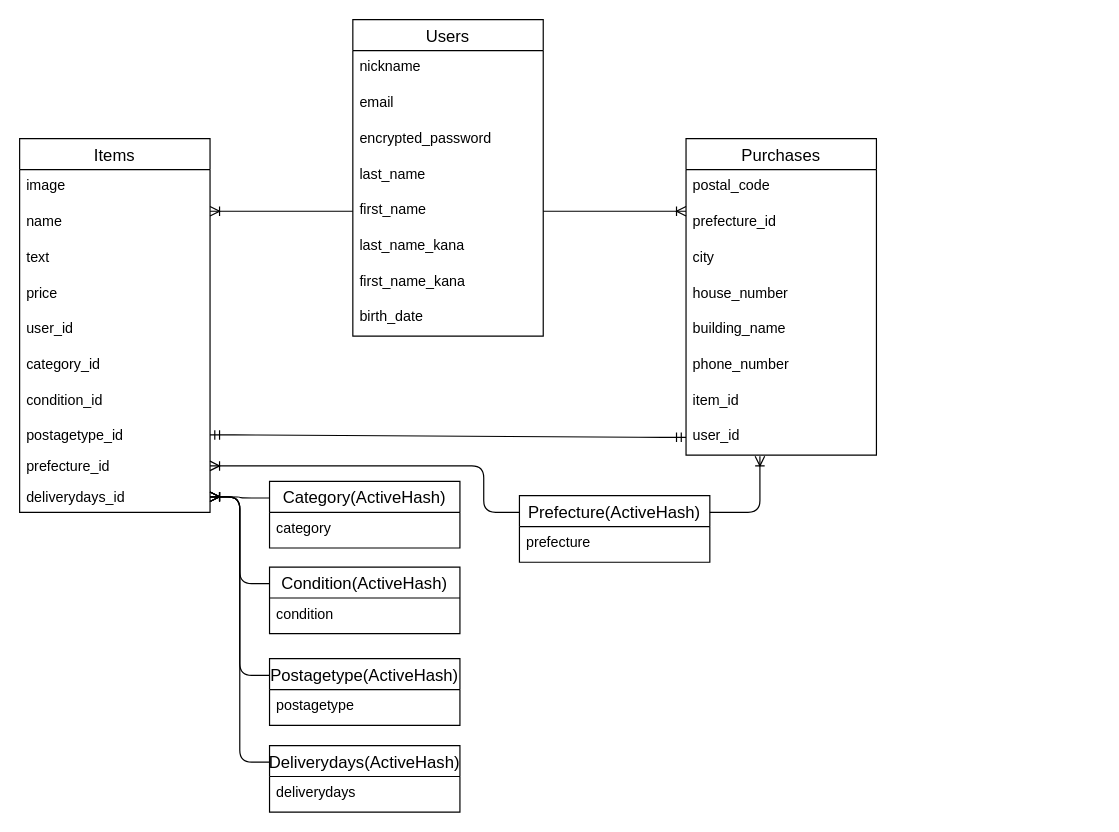
The draw.io diagram page "DB(ER)" (1 of 2) of text.dio in jujuko75/furima-30931, before the edit. Source tidied: cells renumbered, new cells numbered last; positions are measured from the earlier drawing's top-left corner, leaving out a move shared by most shapes. Both pictures are drawn from the tidied source at 119%, with x=0, y=0 at pixel (19, 19).
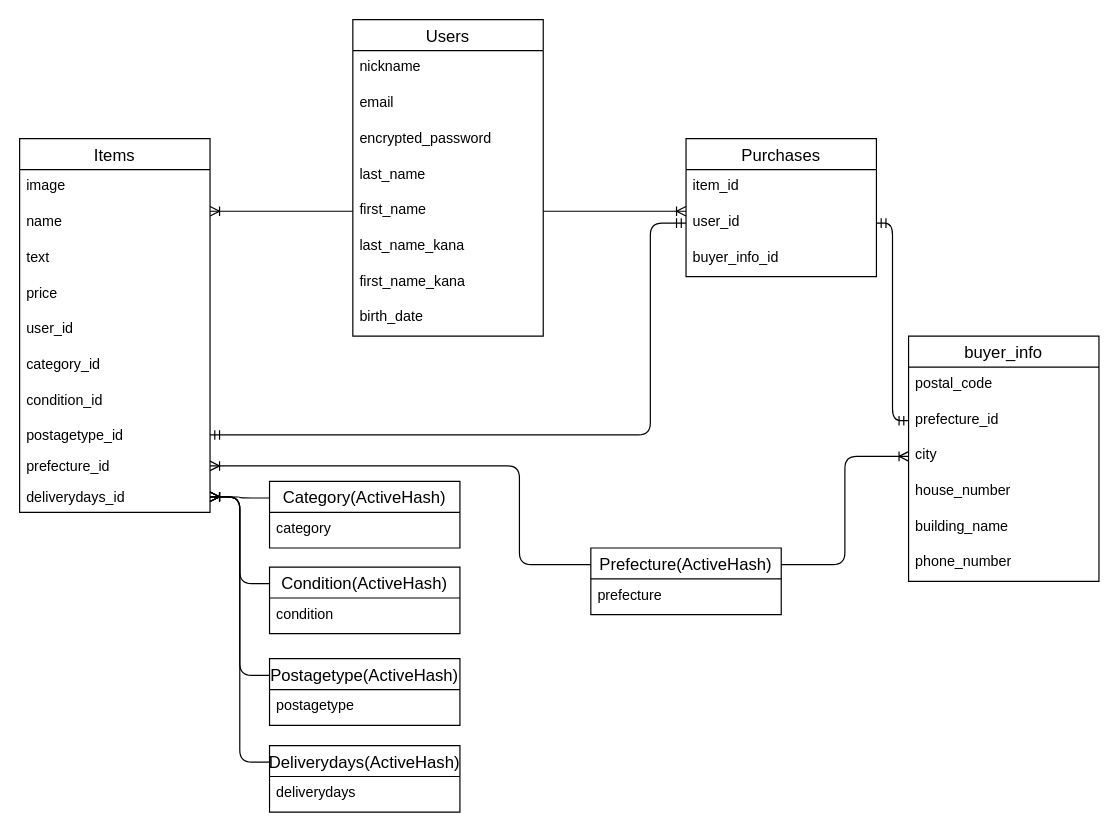
The same diagram, later.

The change refers to these unchanged cells:
```xml
<mxCell id="19" value="postagetype_id" style="text;strokeColor=none;fillColor=none;align=left;verticalAlign=top;spacingLeft=4;spacingRight=4;overflow=hidden;points=[[0,0.5],[1,0.5]];portConstraint=eastwest;" parent="11" vertex="1">
  <mxGeometry y="236" width="160" height="26" as="geometry" />
</mxCell>
<mxCell id="20" value="prefecture_id" style="text;strokeColor=none;fillColor=none;align=left;verticalAlign=top;spacingLeft=4;spacingRight=4;overflow=hidden;points=[[0,0.5],[1,0.5]];portConstraint=eastwest;" parent="11" vertex="1">
  <mxGeometry y="262" width="160" height="26" as="geometry" />
</mxCell>
```

Diff of the diagram source:
```diff
@@
     <mxCell id="22" value="Purchases" style="swimlane;fontStyle=0;horizontal=1;startSize=26;align=center;fontSize=14;" parent="1" vertex="1">
-      <mxGeometry x="560" y="100" width="160" height="266" as="geometry" />
+      <mxGeometry x="560" y="100" width="160" height="116" as="geometry" />
     </mxCell>
-    <mxCell id="23" value="postal_code" style="text;strokeColor=none;fillColor=none;spacingLeft=4;spacingRight=4;overflow=hidden;fontSize=12;" parent="22" vertex="1">
-      <mxGeometry y="26" width="160" height="30" as="geometry" />
-    </mxCell>
-    <mxCell id="24" value="prefecture_id" style="text;strokeColor=none;fillColor=none;spacingLeft=4;spacingRight=4;overflow=hidden;points=[[0,0.5],[1,0.5]];portConstraint=eastwest;fontSize=12;" parent="22" vertex="1">
-      <mxGeometry y="56" width="160" height="30" as="geometry" />
-    </mxCell>
-    <mxCell id="25" value="city" style="text;strokeColor=none;fillColor=none;spacingLeft=4;spacingRight=4;overflow=hidden;points=[[0,0.5],[1,0.5]];portConstraint=eastwest;fontSize=12;" parent="22" vertex="1">
-      <mxGeometry y="86" width="160" height="30" as="geometry" />
-    </mxCell>
-    <mxCell id="26" value="house_number" style="text;strokeColor=none;fillColor=none;spacingLeft=4;spacingRight=4;overflow=hidden;fontSize=12;" parent="22" vertex="1">
-      <mxGeometry y="116" width="160" height="30" as="geometry" />
-    </mxCell>
-    <mxCell id="27" value="building_name" style="text;strokeColor=none;fillColor=none;spacingLeft=4;spacingRight=4;overflow=hidden;fontSize=12;" parent="22" vertex="1">
-      <mxGeometry y="146" width="160" height="30" as="geometry" />
-    </mxCell>
-    <mxCell id="28" value="phone_number" style="text;strokeColor=none;fillColor=none;spacingLeft=4;spacingRight=4;overflow=hidden;fontSize=12;" parent="22" vertex="1">
-      <mxGeometry y="176" width="160" height="30" as="geometry" />
-    </mxCell>
     <mxCell id="29" value="item_id" style="text;strokeColor=none;fillColor=none;spacingLeft=4;spacingRight=4;overflow=hidden;fontSize=12;" parent="22" vertex="1">
-      <mxGeometry y="206" width="160" height="30" as="geometry" />
+      <mxGeometry y="26" width="160" height="30" as="geometry" />
     </mxCell>
     <mxCell id="30" value="user_id" style="text;strokeColor=none;fillColor=none;spacingLeft=4;spacingRight=4;overflow=hidden;points=[[0,0.5],[1,0.5]];portConstraint=eastwest;fontSize=12;" parent="22" vertex="1">
-      <mxGeometry y="236" width="160" height="30" as="geometry" />
+      <mxGeometry y="56" width="160" height="30" as="geometry" />
     </mxCell>
+    <mxCell id="50" value="buyer_info_id" style="text;strokeColor=none;fillColor=none;spacingLeft=4;spacingRight=4;overflow=hidden;fontSize=12;" parent="22" vertex="1">
+      <mxGeometry y="86" width="160" height="30" as="geometry" />
+    </mxCell>
@@
     <mxCell id="39" value="Prefecture(ActiveHash)" style="swimlane;fontStyle=0;horizontal=1;startSize=26;align=center;fontSize=14;" parent="1" vertex="1">
-      <mxGeometry x="420" y="400" width="160" height="56" as="geometry" />
+      <mxGeometry x="480" y="444" width="160" height="56" as="geometry" />
     </mxCell>
@@
-    <mxCell id="42" style="edgeStyle=entityRelationEdgeStyle;fontSize=12;html=1;endArrow=ERmandOne;startArrow=ERmandOne;exitX=1;exitY=0.5;exitDx=0;exitDy=0;entryX=0;entryY=0.5;entryDx=0;entryDy=0;" parent="1" edge="1" source="19" target="30">
-      <mxGeometry relative="1" as="geometry" />
+    <mxCell id="42" style="edgeStyle=orthogonalEdgeStyle;fontSize=12;html=1;endArrow=ERmandOne;startArrow=ERmandOne;exitX=1;exitY=0.5;exitDx=0;exitDy=0;entryX=0;entryY=0.5;entryDx=0;entryDy=0;" parent="1" edge="1" source="19" target="30">
+      <mxGeometry relative="1" as="geometry">
+        <Array as="points">
+          <mxPoint x="530" y="349" />
+          <mxPoint x="530" y="171" />
+        </Array>
+      </mxGeometry>
     </mxCell>
@@
     <mxCell id="48" style="edgeStyle=orthogonalEdgeStyle;fontSize=12;html=1;endArrow=ERoneToMany;entryX=1;entryY=0.5;entryDx=0;entryDy=0;exitX=0;exitY=0.25;exitDx=0;exitDy=0;" parent="1" edge="1" source="39" target="20">
       <mxGeometry relative="1" as="geometry">
         <Array as="points">
-          <mxPoint x="390" y="414" />
-          <mxPoint x="390" y="375" />
+          <mxPoint x="420" y="375" />
         </Array>
       </mxGeometry>
     </mxCell>
-    <mxCell id="49" style="edgeStyle=orthogonalEdgeStyle;fontSize=12;html=1;endArrow=ERoneToMany;exitX=1;exitY=0.25;exitDx=0;exitDy=0;entryX=0.388;entryY=1.033;entryDx=0;entryDy=0;entryPerimeter=0;" parent="1" edge="1" source="39" target="30">
-      <mxGeometry relative="1" as="geometry">
-        <Array as="points">
-          <mxPoint x="622" y="414" />
-        </Array>
-      </mxGeometry>
+    <mxCell id="49" style="edgeStyle=orthogonalEdgeStyle;fontSize=12;html=1;endArrow=ERoneToMany;exitX=1;exitY=0.25;exitDx=0;exitDy=0;entryX=0;entryY=0.5;entryDx=0;entryDy=0;" parent="1" edge="1" source="39" target="25">
+      <mxGeometry relative="1" as="geometry" />
     </mxCell>
+    <mxCell id="51" value="buyer_info" style="swimlane;fontStyle=0;horizontal=1;startSize=26;align=center;fontSize=14;" parent="1" vertex="1">
+      <mxGeometry x="747" y="266" width="160" height="206" as="geometry" />
+    </mxCell>
+    <mxCell id="23" value="postal_code" style="text;strokeColor=none;fillColor=none;spacingLeft=4;spacingRight=4;overflow=hidden;fontSize=12;" parent="51" vertex="1">
+      <mxGeometry y="26" width="160" height="30" as="geometry" />
+    </mxCell>
+    <mxCell id="24" value="prefecture_id" style="text;strokeColor=none;fillColor=none;spacingLeft=4;spacingRight=4;overflow=hidden;points=[[0,0.5],[1,0.5]];portConstraint=eastwest;fontSize=12;" parent="51" vertex="1">
+      <mxGeometry y="56" width="160" height="30" as="geometry" />
+    </mxCell>
+    <mxCell id="25" value="city" style="text;strokeColor=none;fillColor=none;spacingLeft=4;spacingRight=4;overflow=hidden;points=[[0,0.5],[1,0.5]];portConstraint=eastwest;fontSize=12;" parent="51" vertex="1">
+      <mxGeometry y="86" width="160" height="30" as="geometry" />
+    </mxCell>
+    <mxCell id="26" value="house_number" style="text;strokeColor=none;fillColor=none;spacingLeft=4;spacingRight=4;overflow=hidden;fontSize=12;" parent="51" vertex="1">
+      <mxGeometry y="116" width="160" height="30" as="geometry" />
+    </mxCell>
+    <mxCell id="27" value="building_name" style="text;strokeColor=none;fillColor=none;spacingLeft=4;spacingRight=4;overflow=hidden;fontSize=12;" parent="51" vertex="1">
+      <mxGeometry y="146" width="160" height="30" as="geometry" />
+    </mxCell>
+    <mxCell id="28" value="phone_number" style="text;strokeColor=none;fillColor=none;spacingLeft=4;spacingRight=4;overflow=hidden;fontSize=12;" parent="51" vertex="1">
+      <mxGeometry y="176" width="160" height="30" as="geometry" />
+    </mxCell>
+    <mxCell id="52" style="edgeStyle=orthogonalEdgeStyle;fontSize=12;html=1;endArrow=ERmandOne;startArrow=ERmandOne;exitX=1;exitY=0.5;exitDx=0;exitDy=0;entryX=0;entryY=0.5;entryDx=0;entryDy=0;" parent="1" edge="1" source="30" target="24">
+      <mxGeometry relative="1" as="geometry" />
+    </mxCell>
```
